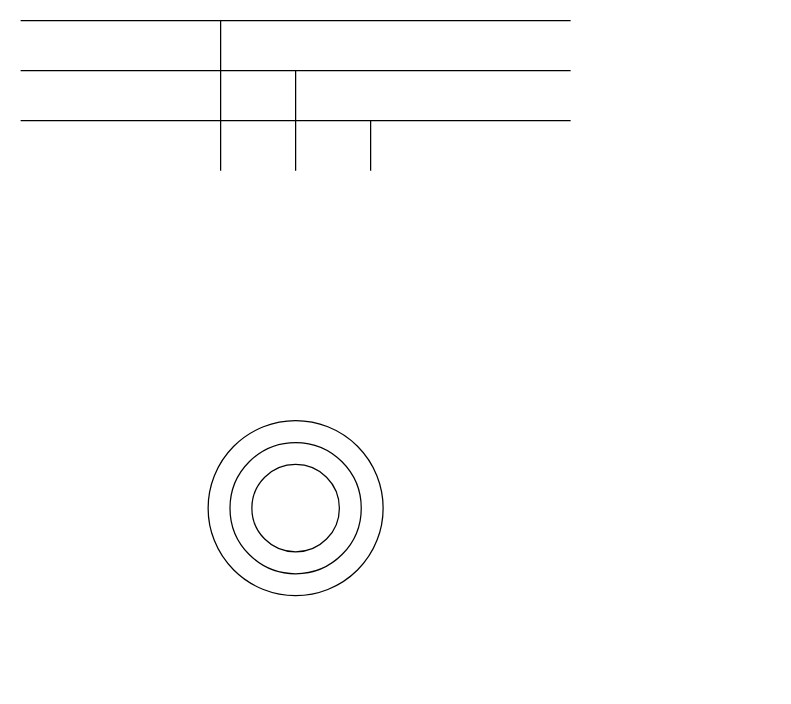
This is Untitled Diagram.drawio from CoderKinley/backendfile, a draw.io file, before an edit. Source tidied: cells renumbered, new cells numbered last; positions are measured from the earlier drawing's top-left corner, leaving out a move shared by most shapes. Both pictures are drawn from the tidied source at 125%, with x=0, y=0 at pixel (20, 20).
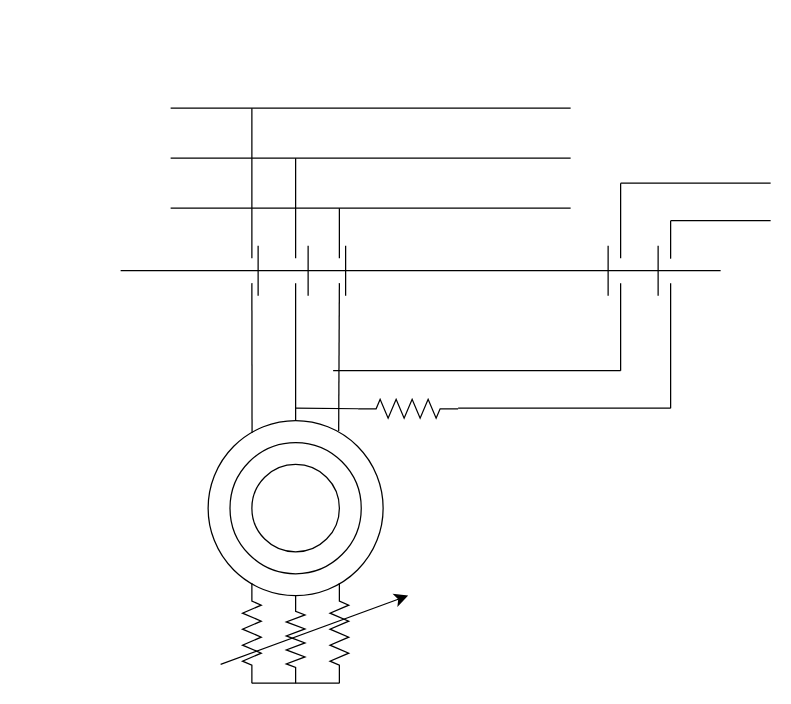
The same page after the edit.

The change refers to these unchanged cells:
```xml
<mxCell id="2" style="ellipse;whiteSpace=wrap;html=1;fontSize=16;" parent="1" vertex="1">
  <mxGeometry x="150" y="320" width="140" height="140" as="geometry" />
</mxCell>
```

Diff of the diagram source:
```diff
@@
     <mxCell id="3" style="endArrow=none;html=1;rounded=0;fontSize=12;startSize=8;endSize=8;curved=1;" parent="1" edge="1">
       <mxGeometry relative="1" as="geometry">
-        <mxPoint y="80" as="sourcePoint" />
-        <mxPoint x="440" y="80" as="targetPoint" />
+        <mxPoint x="120" y="150" as="sourcePoint" />
+        <mxPoint x="440" y="150" as="targetPoint" />
       </mxGeometry>
     </mxCell>
     <mxCell id="4" style="endArrow=none;html=1;rounded=0;fontSize=12;startSize=8;endSize=8;curved=1;" parent="1" edge="1">
       <mxGeometry relative="1" as="geometry">
-        <mxPoint y="40" as="sourcePoint" />
-        <mxPoint x="440" y="40" as="targetPoint" />
+        <mxPoint x="120" y="110" as="sourcePoint" />
+        <mxPoint x="440" y="110" as="targetPoint" />
       </mxGeometry>
     </mxCell>
     <mxCell id="5" style="endArrow=none;html=1;rounded=0;fontSize=12;startSize=8;endSize=8;curved=1;" parent="1" edge="1">
       <mxGeometry relative="1" as="geometry">
-        <mxPoint as="sourcePoint" />
-        <mxPoint x="440" as="targetPoint" />
+        <mxPoint x="120" y="70" as="sourcePoint" />
+        <mxPoint x="440" y="70" as="targetPoint" />
       </mxGeometry>
     </mxCell>
@@
     <mxCell id="8" style="endArrow=none;html=1;rounded=0;fontSize=12;startSize=8;endSize=8;curved=1;" parent="1" edge="1">
       <mxGeometry relative="1" as="geometry">
-        <mxPoint x="160" y="120" as="sourcePoint" />
-        <mxPoint x="160" as="targetPoint" />
+        <mxPoint x="185" y="190" as="sourcePoint" />
+        <mxPoint x="185" y="70" as="targetPoint" />
       </mxGeometry>
     </mxCell>
     <mxCell id="9" style="endArrow=none;html=1;rounded=0;fontSize=12;startSize=8;endSize=8;curved=1;" parent="1" edge="1">
       <mxGeometry relative="1" as="geometry">
-        <mxPoint x="220" y="120" as="sourcePoint" />
-        <mxPoint x="220" y="40" as="targetPoint" />
+        <mxPoint x="220" y="190" as="sourcePoint" />
+        <mxPoint x="220" y="110" as="targetPoint" />
       </mxGeometry>
     </mxCell>
     <mxCell id="10" style="endArrow=none;html=1;rounded=0;fontSize=12;startSize=8;endSize=8;curved=1;" parent="1" edge="1">
       <mxGeometry relative="1" as="geometry">
-        <mxPoint x="280" y="120" as="sourcePoint" />
-        <mxPoint x="280" y="80" as="targetPoint" />
+        <mxPoint x="255" y="190" as="sourcePoint" />
+        <mxPoint x="255" y="150" as="targetPoint" />
       </mxGeometry>
     </mxCell>
+    <mxCell id="11" style="endArrow=none;html=1;rounded=0;fontSize=12;startSize=8;endSize=8;curved=1;exitX=0.251;exitY=0.07;exitDx=0;exitDy=0;exitPerimeter=0;" parent="1" edge="1" source="2">
+      <mxGeometry relative="1" as="geometry">
+        <mxPoint x="185" y="210" as="targetPoint" />
+      </mxGeometry>
+    </mxCell>
+    <mxCell id="12" style="endArrow=none;html=1;rounded=0;fontSize=12;startSize=8;endSize=8;curved=1;exitX=0.5;exitY=0;exitDx=0;exitDy=0;" parent="1" edge="1" source="2">
+      <mxGeometry relative="1" as="geometry">
+        <mxPoint x="220" y="210" as="targetPoint" />
+      </mxGeometry>
+    </mxCell>
+    <mxCell id="13" style="endArrow=none;html=1;rounded=0;fontSize=12;startSize=8;endSize=8;curved=1;exitX=0.746;exitY=0.059;exitDx=0;exitDy=0;exitPerimeter=0;" parent="1" edge="1" source="2">
+      <mxGeometry relative="1" as="geometry">
+        <mxPoint x="255" y="210" as="targetPoint" />
+      </mxGeometry>
+    </mxCell>
+    <mxCell id="14" style="endArrow=none;html=1;rounded=0;fontSize=12;startSize=8;endSize=8;curved=1;" parent="1" edge="1">
+      <mxGeometry relative="1" as="geometry">
+        <mxPoint x="80" y="200" as="sourcePoint" />
+        <mxPoint x="560" y="200" as="targetPoint" />
+      </mxGeometry>
+    </mxCell>
+    <mxCell id="15" style="endArrow=none;html=1;rounded=0;fontSize=12;startSize=8;endSize=8;curved=1;" parent="1" edge="1">
+      <mxGeometry relative="1" as="geometry">
+        <mxPoint x="480" y="190" as="sourcePoint" />
+        <mxPoint x="480" y="130" as="targetPoint" />
+        <Array as="points">
+          <mxPoint x="480" y="190" />
+        </Array>
+      </mxGeometry>
+    </mxCell>
+    <mxCell id="16" style="endArrow=none;html=1;rounded=0;fontSize=12;startSize=8;endSize=8;curved=1;" parent="1" edge="1">
+      <mxGeometry relative="1" as="geometry">
+        <mxPoint x="520" y="170" as="sourcePoint" />
+        <mxPoint x="520" y="160" as="targetPoint" />
+        <Array as="points">
+          <mxPoint x="520" y="200" />
+          <mxPoint x="520" y="170" />
+        </Array>
+      </mxGeometry>
+    </mxCell>
+    <mxCell id="17" style="endArrow=none;html=1;rounded=0;fontSize=12;startSize=8;endSize=8;curved=1;" parent="1" edge="1">
+      <mxGeometry relative="1" as="geometry">
+        <mxPoint x="480" y="130" as="sourcePoint" />
+        <mxPoint x="600" y="130" as="targetPoint" />
+      </mxGeometry>
+    </mxCell>
+    <mxCell id="18" style="endArrow=none;html=1;rounded=0;fontSize=12;startSize=8;endSize=8;curved=1;" parent="1" edge="1">
+      <mxGeometry relative="1" as="geometry">
+        <mxPoint x="520" y="160" as="sourcePoint" />
+        <mxPoint x="600" y="160" as="targetPoint" />
+      </mxGeometry>
+    </mxCell>
+    <mxCell id="19" style="endArrow=none;html=1;rounded=0;fontSize=12;startSize=8;endSize=8;curved=1;" parent="1" edge="1">
+      <mxGeometry relative="1" as="geometry">
+        <mxPoint x="350" y="310" as="sourcePoint" />
+        <mxPoint x="520" y="310" as="targetPoint" />
+      </mxGeometry>
+    </mxCell>
+    <mxCell id="20" style="endArrow=none;html=1;rounded=0;fontSize=12;startSize=8;endSize=8;curved=1;" parent="1" edge="1">
+      <mxGeometry relative="1" as="geometry">
+        <mxPoint x="250" y="280" as="sourcePoint" />
+        <mxPoint x="480" y="280" as="targetPoint" />
+      </mxGeometry>
+    </mxCell>
+    <mxCell id="21" style="endArrow=none;html=1;rounded=0;fontSize=12;startSize=8;endSize=8;curved=1;" parent="1" edge="1">
+      <mxGeometry relative="1" as="geometry">
+        <mxPoint x="480" y="280" as="sourcePoint" />
+        <mxPoint x="480" y="210" as="targetPoint" />
+      </mxGeometry>
+    </mxCell>
+    <mxCell id="22" style="endArrow=none;html=1;rounded=0;fontSize=12;startSize=8;endSize=8;curved=1;" parent="1" edge="1">
+      <mxGeometry relative="1" as="geometry">
+        <mxPoint x="520" y="310" as="sourcePoint" />
+        <mxPoint x="520" y="210" as="targetPoint" />
+      </mxGeometry>
+    </mxCell>
+    <mxCell id="23" style="endArrow=none;html=1;rounded=0;fontSize=12;startSize=8;endSize=8;curved=1;" parent="1" edge="1">
+      <mxGeometry relative="1" as="geometry">
+        <mxPoint x="260" y="220" as="sourcePoint" />
+        <mxPoint x="260" y="180" as="targetPoint" />
+      </mxGeometry>
+    </mxCell>
+    <mxCell id="24" style="endArrow=none;html=1;rounded=0;fontSize=12;startSize=8;endSize=8;curved=1;" parent="1" edge="1">
+      <mxGeometry relative="1" as="geometry">
+        <mxPoint x="190" y="220" as="sourcePoint" />
+        <mxPoint x="190" y="180" as="targetPoint" />
+      </mxGeometry>
+    </mxCell>
+    <mxCell id="25" style="endArrow=none;html=1;rounded=0;fontSize=12;startSize=8;endSize=8;curved=1;" parent="1" edge="1">
+      <mxGeometry relative="1" as="geometry">
+        <mxPoint x="230" y="220" as="sourcePoint" />
+        <mxPoint x="230" y="180" as="targetPoint" />
+      </mxGeometry>
+    </mxCell>
+    <mxCell id="26" style="endArrow=none;html=1;rounded=0;fontSize=12;startSize=8;endSize=8;curved=1;" parent="1" edge="1">
+      <mxGeometry relative="1" as="geometry">
+        <mxPoint x="470" y="220" as="sourcePoint" />
+        <mxPoint x="470" y="180" as="targetPoint" />
+      </mxGeometry>
+    </mxCell>
+    <mxCell id="27" style="endArrow=none;html=1;rounded=0;fontSize=12;startSize=8;endSize=8;curved=1;" parent="1" edge="1">
+      <mxGeometry relative="1" as="geometry">
+        <mxPoint x="510" y="220" as="sourcePoint" />
+        <mxPoint x="510" y="180" as="targetPoint" />
+      </mxGeometry>
+    </mxCell>
+    <mxCell id="28" style="verticalLabelPosition=bottom;shadow=0;dashed=0;align=center;html=1;verticalAlign=top;shape=mxgraph.electrical.resistors.resistor_2;fontSize=16;rotation=90;" parent="1" vertex="1">
+      <mxGeometry x="145" y="482.5" width="80" height="15" as="geometry" />
+    </mxCell>
+    <mxCell id="29" style="verticalLabelPosition=bottom;shadow=0;dashed=0;align=center;html=1;verticalAlign=top;shape=mxgraph.electrical.resistors.resistor_2;fontSize=16;rotation=90;" parent="1" vertex="1">
+      <mxGeometry x="185" y="487.5" width="70" height="15" as="geometry" />
+    </mxCell>
+    <mxCell id="30" style="verticalLabelPosition=bottom;shadow=0;dashed=0;align=center;html=1;verticalAlign=top;shape=mxgraph.electrical.resistors.resistor_2;fontSize=16;rotation=90;" parent="1" vertex="1">
+      <mxGeometry x="215" y="482.5" width="80" height="15" as="geometry" />
+    </mxCell>
+    <mxCell id="31" style="endArrow=none;html=1;rounded=0;fontSize=12;startSize=8;endSize=8;curved=1;entryX=1;entryY=0.5;entryDx=0;entryDy=0;entryPerimeter=0;" parent="1" edge="1" target="30">
+      <mxGeometry relative="1" as="geometry">
+        <mxPoint x="185" y="530" as="sourcePoint" />
+      </mxGeometry>
+    </mxCell>
+    <mxCell id="32" style="endArrow=classic;html=1;rounded=0;fontSize=12;startSize=8;endSize=8;curved=1;" parent="1" edge="1">
+      <mxGeometry relative="1" as="geometry">
+        <mxPoint x="160" y="515" as="sourcePoint" />
+        <mxPoint x="310" y="460" as="targetPoint" />
+      </mxGeometry>
+    </mxCell>
+    <mxCell id="33" style="verticalLabelPosition=bottom;shadow=0;dashed=0;align=center;html=1;verticalAlign=top;shape=mxgraph.electrical.resistors.resistor_2;fontSize=16;rotation=0;" parent="1" vertex="1">
+      <mxGeometry x="270" y="303" width="80" height="15" as="geometry" />
+    </mxCell>
+    <mxCell id="34" style="endArrow=none;html=1;rounded=0;fontSize=12;startSize=8;endSize=8;curved=1;entryX=0;entryY=0.5;entryDx=0;entryDy=0;entryPerimeter=0;" parent="1" edge="1" target="33">
+      <mxGeometry relative="1" as="geometry">
+        <mxPoint x="220" y="310" as="sourcePoint" />
+      </mxGeometry>
+    </mxCell>
```
